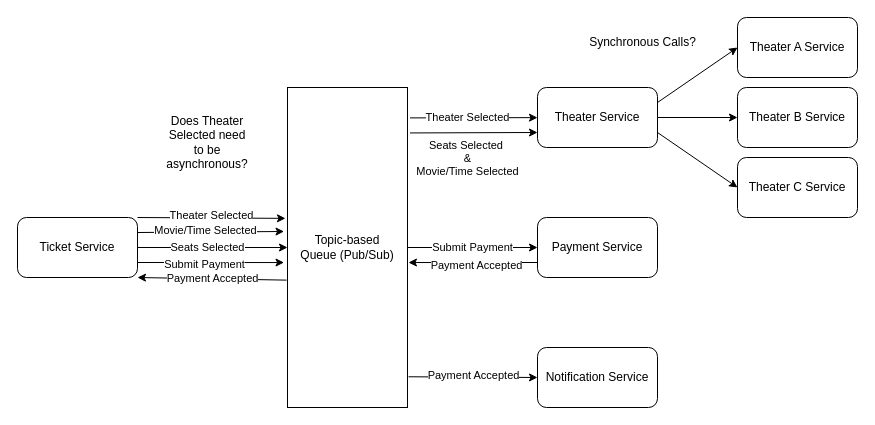
The draw.io diagram MovieMicroservice.drawio in Onyx3910/Movie-Microservice, before the edit. Source tidied: cells renumbered, new cells numbered last; positions are measured from the earlier drawing's top-left corner, leaving out a move shared by most shapes. Both pictures are drawn from the tidied source at 100%, with x=0, y=0 at pixel (17, 17).
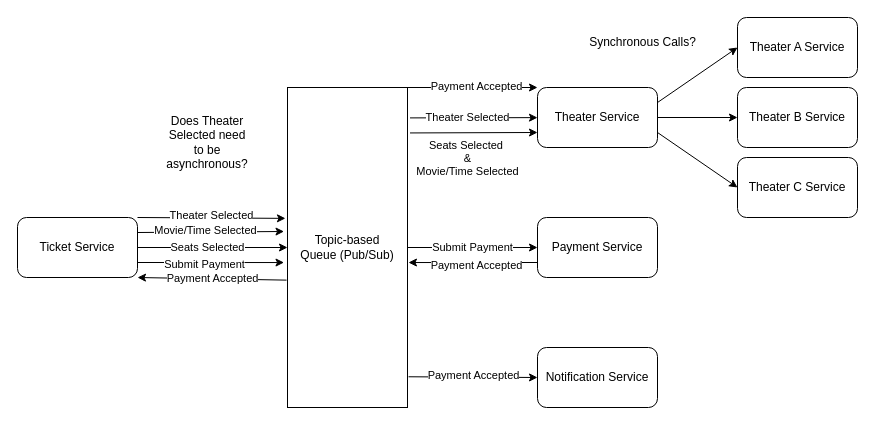
The same diagram, later.

The change refers to these unchanged cells:
```xml
<mxCell id="3" value="Topic-based&lt;br&gt;Queue (Pub/Sub)" style="rounded=0;whiteSpace=wrap;html=1;" parent="1" vertex="1">
  <mxGeometry x="270" y="70" width="120" height="320" as="geometry" />
</mxCell>
<mxCell id="6" value="Theater Service" style="rounded=1;whiteSpace=wrap;html=1;" parent="1" vertex="1">
  <mxGeometry x="520" y="70" width="120" height="60" as="geometry" />
</mxCell>
```

What changed in the source:
```diff
@@
+    <mxCell id="34" style="endArrow=classic;html=1;rounded=0;exitX=1;exitY=0;exitDx=0;exitDy=0;entryX=0;entryY=0;entryDx=0;entryDy=0;" parent="1" edge="1" source="3" target="6">
+      <mxGeometry relative="1" as="geometry" />
+    </mxCell>
+    <mxCell id="35" value="Payment Accepted" style="edgeLabel;html=1;align=center;verticalAlign=middle;" parent="34" vertex="1">
+      <mxGeometry x="0.05" y="2" relative="1" as="geometry" />
+    </mxCell>
```
